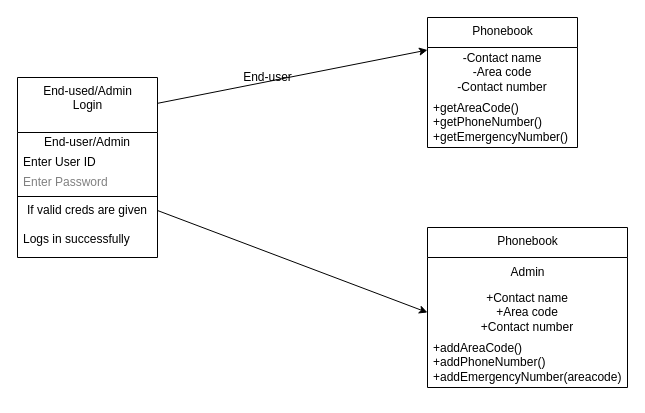
vpolamar/SRE- keeps this draw.io diagram as HW1_2_Class_Diagram.drawio. Above is the earlier version. Source tidied: cells renumbered, new cells numbered last; positions are measured from the earlier drawing's top-left corner, leaving out a move shared by most shapes. Both pictures are drawn from the tidied source at 100%, with x=0, y=0 at pixel (17, 17).
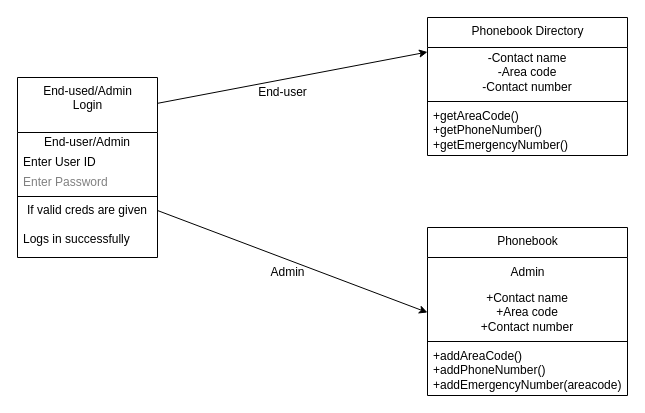
The same page after the edit.

Diff of the diagram source:
```diff
@@
-    <mxCell id="9" value="Phonebook" style="swimlane;fontStyle=0;align=center;verticalAlign=top;horizontal=1;startSize=30;html=1;" parent="1" vertex="1">
-      <mxGeometry x="410" width="150" height="130" as="geometry" />
+    <mxCell id="9" value="Phonebook Directory&lt;br&gt;" style="swimlane;fontStyle=0;align=center;verticalAlign=top;horizontal=1;startSize=30;html=1;" parent="1" vertex="1">
+      <mxGeometry x="410" width="200" height="138" as="geometry" />
     </mxCell>
     <mxCell id="10" value="-Contact name&lt;br&gt;-Area code&lt;br&gt;-Contact number" style="text;html=1;strokeColor=none;fillColor=none;align=center;verticalAlign=middle;spacingLeft=4;spacingRight=4;overflow=hidden;" parent="9" vertex="1">
-      <mxGeometry y="30" width="150" height="50" as="geometry" />
+      <mxGeometry y="30" width="200" height="50" as="geometry" />
     </mxCell>
+    <mxCell id="19" style="line;strokeWidth=1;fillColor=none;align=left;verticalAlign=middle;spacingTop=-1;spacingLeft=3;spacingRight=3;labelPosition=right;" parent="9" vertex="1">
+      <mxGeometry y="80" width="200" height="8" as="geometry" />
+    </mxCell>
     <mxCell id="11" value="+getAreaCode()&#10;+getPhoneNumber()&#10;+getEmergencyNumber()" style="text;html=1;strokeColor=none;fillColor=none;align=left;verticalAlign=middle;spacingLeft=4;spacingRight=4;overflow=hidden;" parent="9" vertex="1">
-      <mxGeometry y="80" width="150" height="50" as="geometry" />
+      <mxGeometry y="88" width="200" height="50" as="geometry" />
     </mxCell>
@@
     <mxCell id="14" value="End-user" style="text;html=1;align=center;verticalAlign=middle;strokeColor=none;fillColor=none;" parent="1" vertex="1">
-      <mxGeometry x="215" y="45" width="70" height="30" as="geometry" />
+      <mxGeometry x="230" y="60" width="70" height="30" as="geometry" />
     </mxCell>
     <mxCell id="15" value="Phonebook" style="swimlane;fontStyle=0;align=center;verticalAlign=top;horizontal=1;startSize=30;html=1;" parent="1" vertex="1">
-      <mxGeometry x="410" y="210" width="200" height="160" as="geometry" />
+      <mxGeometry x="410" y="210" width="200" height="168" as="geometry" />
     </mxCell>
@@
+    <mxCell id="20" style="line;strokeWidth=1;fillColor=none;align=left;verticalAlign=middle;spacingTop=-1;spacingLeft=3;spacingRight=3;labelPosition=right;" parent="15" vertex="1">
+      <mxGeometry y="110" width="200" height="8" as="geometry" />
+    </mxCell>
     <mxCell id="18" value="+addAreaCode()&lt;br&gt;+addPhoneNumber()&lt;br&gt;+addEmergencyNumber(areacode)" style="text;html=1;strokeColor=none;fillColor=none;align=left;verticalAlign=middle;spacingLeft=4;spacingRight=4;overflow=hidden;" parent="15" vertex="1">
-      <mxGeometry y="110" width="200" height="50" as="geometry" />
+      <mxGeometry y="118" width="200" height="50" as="geometry" />
     </mxCell>
+    <mxCell id="21" value="Admin" style="text;html=1;align=center;verticalAlign=middle;strokeColor=none;fillColor=none;" parent="1" vertex="1">
+      <mxGeometry x="240" y="240" width="60" height="30" as="geometry" />
+    </mxCell>
```
